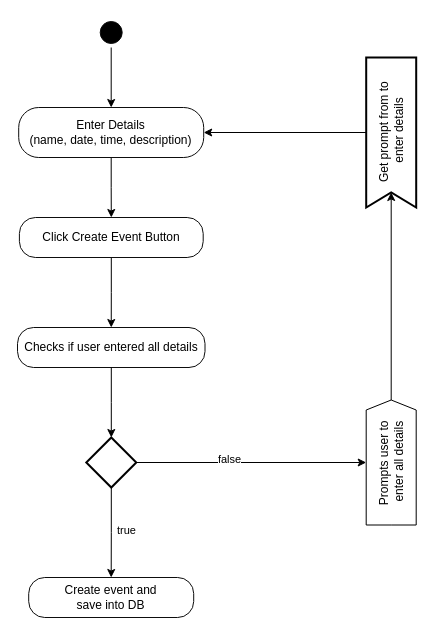
Above: create_event_activity.drawio in SethabaAT/test-use-cases-md (draw.io), before the change. Source tidied: cells renumbered, new cells numbered last; positions are measured from the earlier drawing's top-left corner, leaving out a move shared by most shapes. Both pictures are drawn from the tidied source at 100%, with x=0, y=0 at pixel (17, 17).
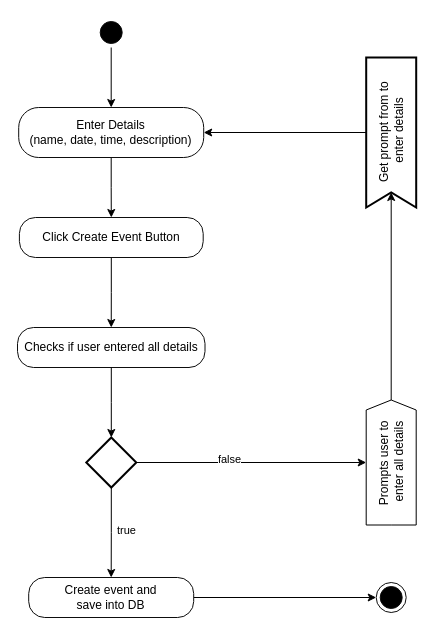
After the change.

The change refers to these unchanged cells:
```xml
<mxCell id="12" value="Create event and&lt;div&gt;save into DB&lt;/div&gt;" style="rounded=1;whiteSpace=wrap;html=1;arcSize=40;fontColor=#000000;fillColor=#FFFFFF;strokeColor=#0D0D0D;" parent="1" vertex="1">
  <mxGeometry x="11.2" y="560" width="165" height="40" as="geometry" />
</mxCell>
```

The edit, as a diff of the source:
```diff
@@
+    <mxCell id="20" style="edgeStyle=orthogonalEdgeStyle;rounded=0;jettySize=auto;html=1;" parent="1" edge="1" source="12" target="21">
+      <mxGeometry relative="1" as="geometry" />
+    </mxCell>
@@
+    <mxCell id="21" style="ellipse;html=1;shape=endState;fillColor=#000000;strokeColor=#0D0D0D;" parent="1" vertex="1">
+      <mxGeometry x="358.7" y="565" width="30" height="30" as="geometry" />
+    </mxCell>
```
